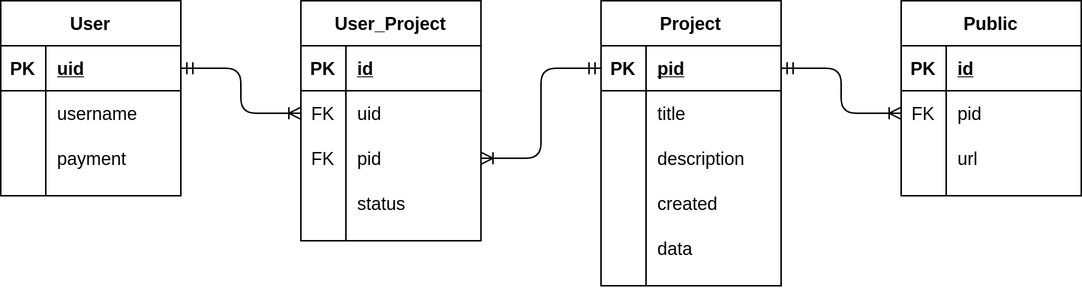
Earlier version of the draw.io export diagrams/db.png (AndreasAtakan/GeoTales). Source tidied: cells renumbered, new cells last; positions are measured from the earlier drawing's top-left corner, leaving out a move shared by most shapes.
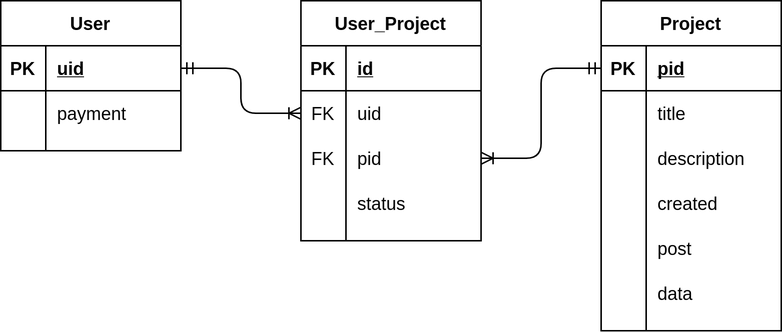
The same diagram one commit later.

The edit, as a diff of the source:
```diff
@@ -3,7 +3,7 @@
     <mxCell id="0" />
     <mxCell id="1" parent="0" />
     <mxCell id="2" value="User" style="shape=table;startSize=30;rowLines=0;fontStyle=1;align=center;comic=0;" parent="1" vertex="1">
-      <mxGeometry width="120" height="130" as="geometry" />
+      <mxGeometry width="120" height="100" as="geometry" />
     </mxCell>
     <mxCell id="3" style="shape=partialRectangle;fillColor=none;top=0;left=0;bottom=1;right=0;points=[[0,0.5],[1,0.5]];portConstraint=eastwest;" parent="2" vertex="1">
       <mxGeometry y="30" width="120" height="30" as="geometry" />
@@ -14,17 +14,8 @@
     <mxCell id="5" value="uid" style="shape=partialRectangle;fillColor=none;top=0;left=0;bottom=0;right=0;align=left;spacingLeft=6;fontStyle=5;overflow=hidden;" parent="3" vertex="1">
       <mxGeometry x="30" width="90" height="30" as="geometry" />
     </mxCell>
-    <mxCell id="6" style="shape=partialRectangle;fillColor=none;top=0;left=0;bottom=0;right=0;" parent="2" vertex="1">
-      <mxGeometry y="60" width="120" height="30" as="geometry" />
-    </mxCell>
-    <mxCell id="7" style="shape=partialRectangle;fillColor=none;top=0;left=0;bottom=0;right=0;overflow=hidden;" parent="6" vertex="1">
-      <mxGeometry width="30" height="30" as="geometry" />
-    </mxCell>
-    <mxCell id="8" value="username" style="shape=partialRectangle;fillColor=none;top=0;left=0;bottom=0;right=0;align=left;spacingLeft=6;overflow=hidden;" parent="6" vertex="1">
-      <mxGeometry x="30" width="90" height="30" as="geometry" />
-    </mxCell>
     <mxCell id="9" style="shape=partialRectangle;fillColor=none;top=0;left=0;bottom=0;right=0;" parent="2" vertex="1">
-      <mxGeometry y="90" width="120" height="30" as="geometry" />
+      <mxGeometry y="60" width="120" height="30" as="geometry" />
     </mxCell>
     <mxCell id="10" style="shape=partialRectangle;fillColor=none;top=0;left=0;bottom=0;right=0;overflow=hidden;" parent="9" vertex="1">
       <mxGeometry width="30" height="30" as="geometry" />
@@ -72,7 +63,7 @@
       <mxGeometry x="30" width="90" height="30" as="geometry" />
     </mxCell>
     <mxCell id="25" value="Project" style="shape=table;startSize=30;rowLines=0;fontStyle=1;align=center;" parent="1" vertex="1">
-      <mxGeometry x="400" width="120" height="190" as="geometry" />
+      <mxGeometry x="400" width="120" height="220" as="geometry" />
     </mxCell>
     <mxCell id="26" style="shape=partialRectangle;fillColor=none;top=0;left=0;bottom=1;right=0;points=[[0,0.5],[1,0.5]];portConstraint=eastwest;" parent="25" vertex="1">
       <mxGeometry y="30" width="120" height="30" as="geometry" />
@@ -110,8 +101,17 @@
     <mxCell id="37" value="created" style="shape=partialRectangle;fillColor=none;top=0;left=0;bottom=0;right=0;align=left;spacingLeft=6;overflow=hidden;" parent="35" vertex="1">
       <mxGeometry x="30" width="90" height="30" as="geometry" />
     </mxCell>
+    <mxCell id="54" style="shape=partialRectangle;fillColor=none;top=0;left=0;bottom=0;right=0;" parent="25" vertex="1">
+      <mxGeometry y="150" width="120" height="30" as="geometry" />
+    </mxCell>
+    <mxCell id="55" style="shape=partialRectangle;fillColor=none;top=0;left=0;bottom=0;right=0;overflow=hidden;" parent="54" vertex="1">
+      <mxGeometry width="30" height="30" as="geometry" />
+    </mxCell>
+    <mxCell id="56" value="post" style="shape=partialRectangle;fillColor=none;top=0;left=0;bottom=0;right=0;align=left;spacingLeft=6;overflow=hidden;" parent="54" vertex="1">
+      <mxGeometry x="30" width="90" height="30" as="geometry" />
+    </mxCell>
     <mxCell id="38" style="shape=partialRectangle;fillColor=none;top=0;left=0;bottom=0;right=0;" parent="25" vertex="1">
-      <mxGeometry y="150" width="120" height="30" as="geometry" />
+      <mxGeometry y="180" width="120" height="30" as="geometry" />
     </mxCell>
     <mxCell id="39" style="shape=partialRectangle;fillColor=none;top=0;left=0;bottom=0;right=0;overflow=hidden;" parent="38" vertex="1">
       <mxGeometry width="30" height="30" as="geometry" />
@@ -125,43 +125,5 @@
     <mxCell id="42" style="edgeStyle=orthogonalEdgeStyle;fontSize=12;html=1;endArrow=ERoneToMany;startArrow=ERmandOne;" parent="1" edge="1" source="3" target="16">
       <mxGeometry relative="1" as="geometry" />
     </mxCell>
-    <mxCell id="43" value="Public" style="shape=table;startSize=30;rowLines=0;fontStyle=1;align=center;" parent="1" vertex="1">
-      <mxGeometry x="600" width="120" height="130" as="geometry" />
-    </mxCell>
-    <mxCell id="44" style="shape=partialRectangle;fillColor=none;top=0;left=0;bottom=1;right=0;" parent="43" vertex="1">
-      <mxGeometry y="30" width="120" height="30" as="geometry" />
-    </mxCell>
-    <mxCell id="45" value="PK" style="shape=partialRectangle;fillColor=none;top=0;left=0;bottom=0;right=0;fontStyle=1;overflow=hidden;" parent="44" vertex="1">
-      <mxGeometry width="30" height="30" as="geometry" />
-    </mxCell>
-    <mxCell id="46" value="id" style="shape=partialRectangle;fillColor=none;top=0;left=0;bottom=0;right=0;align=left;spacingLeft=6;fontStyle=5;overflow=hidden;" parent="44" vertex="1">
-      <mxGeometry x="30" width="90" height="30" as="geometry" />
-    </mxCell>
-    <mxCell id="47" style="shape=partialRectangle;fillColor=none;top=0;left=0;bottom=0;right=0;points=[[0,0.5],[1,0.5]];portConstraint=eastwest;" parent="43" vertex="1">
-      <mxGeometry y="60" width="120" height="30" as="geometry" />
-    </mxCell>
-    <mxCell id="48" value="FK" style="shape=partialRectangle;fillColor=none;top=0;left=0;bottom=0;right=0;overflow=hidden;" parent="47" vertex="1">
-      <mxGeometry width="30" height="30" as="geometry" />
-    </mxCell>
-    <mxCell id="49" value="pid" style="shape=partialRectangle;fillColor=none;top=0;left=0;bottom=0;right=0;align=left;spacingLeft=6;overflow=hidden;" parent="47" vertex="1">
-      <mxGeometry x="30" width="90" height="30" as="geometry" />
-    </mxCell>
-    <mxCell id="50" style="shape=partialRectangle;fillColor=none;top=0;left=0;bottom=0;right=0;" parent="43" vertex="1">
-      <mxGeometry y="90" width="120" height="30" as="geometry" />
-    </mxCell>
-    <mxCell id="51" style="shape=partialRectangle;fillColor=none;top=0;left=0;bottom=0;right=0;overflow=hidden;" parent="50" vertex="1">
-      <mxGeometry width="30" height="30" as="geometry" />
-    </mxCell>
-    <mxCell id="52" value="url" style="shape=partialRectangle;fillColor=none;top=0;left=0;bottom=0;right=0;align=left;spacingLeft=6;overflow=hidden;" parent="50" vertex="1">
-      <mxGeometry x="30" width="90" height="30" as="geometry" />
-    </mxCell>
-    <mxCell id="53" style="edgeStyle=orthogonalEdgeStyle;fontSize=12;html=1;endArrow=ERoneToMany;startArrow=ERmandOne;" parent="1" edge="1" source="26" target="47">
-      <mxGeometry relative="1" as="geometry">
-        <Array as="points">
-          <mxPoint x="560" y="45" />
-          <mxPoint x="560" y="75" />
-        </Array>
-      </mxGeometry>
-    </mxCell>
   </root>
 </mxGraphModel>
```
